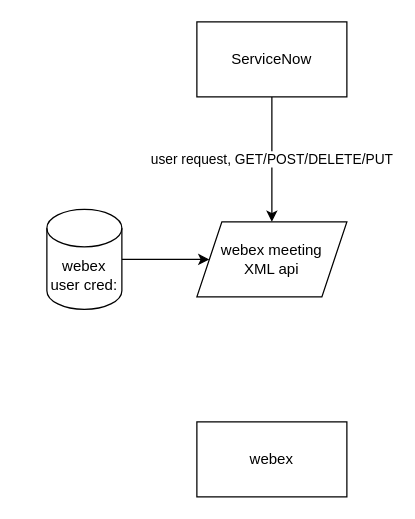
This is Untitled Diagram.drawio from ahmedmujtabanizamani/extracodes, a draw.io file, before an edit. Source tidied: cells renumbered, new cells numbered last; positions are measured from the earlier drawing's top-left corner, leaving out a move shared by most shapes. Both pictures are drawn from the tidied source at 125%, with x=0, y=0 at pixel (46, 21).
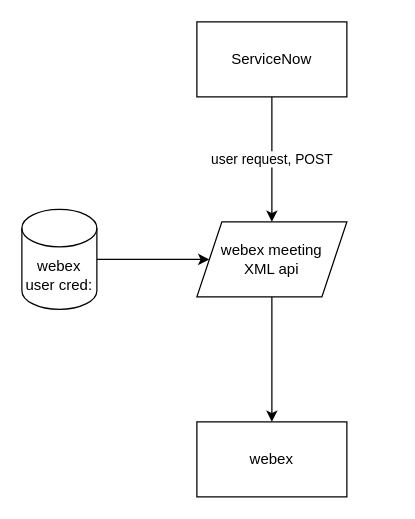
Above is the later version.

The edit, as a diff of the source:
```diff
@@
 <mxGraphModel>
   <root>
     <mxCell id="0" />
     <mxCell id="1" parent="0" />
-    <mxCell id="2" value="user request, GET/POST/DELETE/PUT" style="edgeStyle=orthogonalEdgeStyle;rounded=0;jettySize=auto;html=1;entryX=0.5;entryY=0;entryDx=0;entryDy=0;" parent="1" edge="1" source="3" target="4">
+    <mxCell id="2" value="user request, POST" style="edgeStyle=orthogonalEdgeStyle;rounded=0;jettySize=auto;html=1;entryX=0.5;entryY=0;entryDx=0;entryDy=0;" parent="1" edge="1" source="3" target="4">
       <mxGeometry relative="1" as="geometry" />
     </mxCell>
     <mxCell id="3" value="ServiceNow" style="rounded=0;whiteSpace=wrap;html=1;" parent="1" vertex="1">
       <mxGeometry x="120" width="120" height="60" as="geometry" />
     </mxCell>
+    <mxCell id="8" style="edgeStyle=orthogonalEdgeStyle;rounded=0;jettySize=auto;html=1;entryX=0.5;entryY=0;entryDx=0;entryDy=0;" parent="1" edge="1" source="4" target="5">
+      <mxGeometry relative="1" as="geometry" />
+    </mxCell>
     <mxCell id="4" value="&lt;div&gt;webex meeting&lt;/div&gt;&lt;div&gt; XML api&lt;/div&gt;" style="shape=parallelogram;perimeter=parallelogramPerimeter;whiteSpace=wrap;html=1;fixedSize=1;" parent="1" vertex="1">
       <mxGeometry x="120" y="160" width="120" height="60" as="geometry" />
     </mxCell>
     <mxCell id="5" value="webex" style="rounded=0;whiteSpace=wrap;html=1;" parent="1" vertex="1">
       <mxGeometry x="120" y="320" width="120" height="60" as="geometry" />
     </mxCell>
     <mxCell id="6" style="edgeStyle=orthogonalEdgeStyle;rounded=0;jettySize=auto;html=1;" parent="1" edge="1" source="7" target="4">
       <mxGeometry relative="1" as="geometry" />
     </mxCell>
     <mxCell id="7" value="&lt;div&gt;webex&lt;/div&gt;&lt;div&gt;user cred:&lt;br&gt;&lt;/div&gt;" style="shape=cylinder3;whiteSpace=wrap;html=1;boundedLbl=1;backgroundOutline=1;size=15;" parent="1" vertex="1">
-      <mxGeometry y="150" width="60" height="80" as="geometry" />
+      <mxGeometry x="-20" y="150" width="60" height="80" as="geometry" />
     </mxCell>
   </root>
 </mxGraphModel>
```
